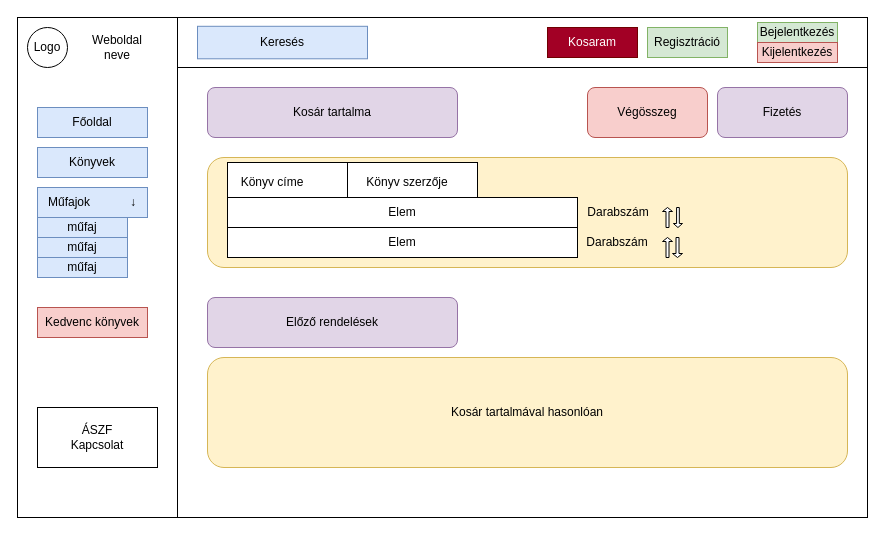
Before: Menu es kepernyotervek/kepernyotervek/konyvek.drawio in keresztpapa/adatBalapu, a draw.io diagram. Source tidied: cells renumbered, new cells numbered last; positions are measured from the earlier drawing's top-left corner, leaving out a move shared by most shapes. Both pictures are drawn from the tidied source at 100%, with x=0, y=0 at pixel (17, 17).
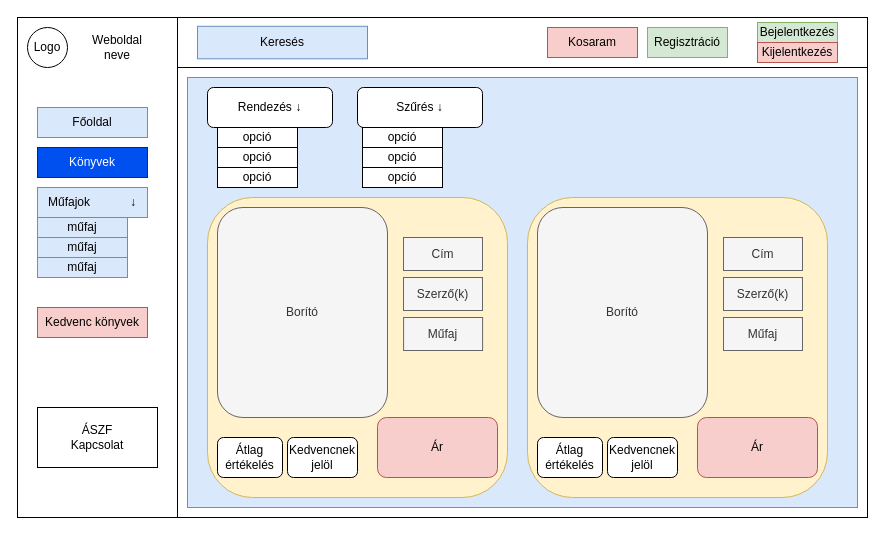
After the change.

Diff of the diagram source:
```diff
@@
-    <mxCell id="3" style="rounded=1;whiteSpace=wrap;html=1;fillColor=#fff2cc;strokeColor=#d6b656;" parent="1" vertex="1">
-      <mxGeometry x="190" y="140" width="640" height="110" as="geometry" />
-    </mxCell>
-    <mxCell id="4" style="rounded=0;whiteSpace=wrap;html=1;" parent="1" vertex="1">
-      <mxGeometry x="210" y="145" width="250" height="35" as="geometry" />
-    </mxCell>
+    <mxCell id="40" style="rounded=0;whiteSpace=wrap;html=1;fillColor=#dae8fc;strokeColor=#6c8ebf;" parent="1" vertex="1">
+      <mxGeometry x="170" y="60" width="670" height="430" as="geometry" />
+    </mxCell>
@@
-    <mxCell id="10" value="Könyvek" style="text;html=1;strokeColor=#6c8ebf;fillColor=#dae8fc;align=center;verticalAlign=middle;whiteSpace=wrap;rounded=0;" parent="1" vertex="1">
+    <mxCell id="10" value="Könyvek" style="text;html=1;strokeColor=#001DBC;fillColor=#0050ef;align=center;verticalAlign=middle;whiteSpace=wrap;rounded=0;fontColor=#ffffff;" parent="1" vertex="1">
       <mxGeometry x="20" y="130" width="110" height="30" as="geometry" />
     </mxCell>
@@
-    <mxCell id="18" value="Kosaram" style="rounded=0;whiteSpace=wrap;html=1;fillColor=#a20025;strokeColor=#6F0000;fontColor=#ffffff;" parent="1" vertex="1">
+    <mxCell id="18" value="Kosaram" style="rounded=0;whiteSpace=wrap;html=1;fillColor=#f8cecc;strokeColor=#b85450;" parent="1" vertex="1">
       <mxGeometry x="530" y="10" width="90" height="30" as="geometry" />
     </mxCell>
@@
-    <mxCell id="22" value="Előző rendelések" style="rounded=1;whiteSpace=wrap;html=1;fillColor=#e1d5e7;strokeColor=#9673a6;" parent="1" vertex="1">
-      <mxGeometry x="190" y="280" width="250" height="50" as="geometry" />
-    </mxCell>
-    <mxCell id="23" value="Kosár tartalma" style="rounded=1;whiteSpace=wrap;html=1;fillColor=#e1d5e7;strokeColor=#9673a6;" parent="1" vertex="1">
-      <mxGeometry x="190" y="70" width="250" height="50" as="geometry" />
-    </mxCell>
-    <mxCell id="24" value="Könyv címe" style="text;html=1;strokeColor=none;fillColor=none;align=center;verticalAlign=middle;whiteSpace=wrap;rounded=0;" parent="1" vertex="1">
-      <mxGeometry x="210" y="150" width="90" height="30" as="geometry" />
-    </mxCell>
-    <mxCell id="25" style="group;" parent="1" vertex="1">
-      <mxGeometry x="640" y="170" width="20" height="40" as="geometry" />
-    </mxCell>
-    <mxCell id="26" style="shape=singleArrow;direction=north;whiteSpace=wrap;html=1;" parent="25" vertex="1">
-      <mxGeometry x="5" y="20" width="10" height="20" as="geometry" />
-    </mxCell>
-    <mxCell id="27" style="rounded=0;whiteSpace=wrap;html=1;" parent="1" vertex="1">
-      <mxGeometry x="330" y="145" width="130" height="35" as="geometry" />
-    </mxCell>
-    <mxCell id="28" value="Könyv szerzője" style="text;html=1;strokeColor=none;fillColor=none;align=center;verticalAlign=middle;whiteSpace=wrap;rounded=0;" parent="1" vertex="1">
-      <mxGeometry x="340" y="150" width="100" height="30" as="geometry" />
-    </mxCell>
-    <mxCell id="29" value="&lt;br&gt;&lt;br&gt;Elem" style="rounded=0;whiteSpace=wrap;html=1;" parent="1" vertex="1">
-      <mxGeometry x="210" y="180" width="350" height="60" as="geometry" />
-    </mxCell>
-    <mxCell id="30" style="group;" parent="1" vertex="1">
-      <mxGeometry x="560" y="180" width="105" height="30" as="geometry" />
-    </mxCell>
-    <mxCell id="31" value="Darabszám" style="text;html=1;strokeColor=none;fillColor=none;align=center;verticalAlign=middle;whiteSpace=wrap;rounded=0;" parent="30" vertex="1">
-      <mxGeometry width="82.2" height="30" as="geometry" />
-    </mxCell>
-    <mxCell id="32" style="shape=singleArrow;direction=south;whiteSpace=wrap;html=1;" parent="30" vertex="1">
-      <mxGeometry x="95.9" y="10" width="9.1" height="20" as="geometry" />
-    </mxCell>
-    <mxCell id="33" value="Darabszám" style="text;html=1;strokeColor=none;fillColor=none;align=center;verticalAlign=middle;whiteSpace=wrap;rounded=0;" parent="1" vertex="1">
-      <mxGeometry x="550" y="210" width="100" height="30" as="geometry" />
-    </mxCell>
-    <mxCell id="34" style="shape=singleArrow;direction=south;whiteSpace=wrap;html=1;" parent="1" vertex="1">
-      <mxGeometry x="655" y="220" width="10" height="20" as="geometry" />
-    </mxCell>
-    <mxCell id="35" style="shape=singleArrow;direction=north;whiteSpace=wrap;html=1;" parent="1" vertex="1">
-      <mxGeometry x="645" y="220" width="10" height="20" as="geometry" />
-    </mxCell>
-    <mxCell id="36" value="Elem" style="rounded=0;whiteSpace=wrap;html=1;" parent="1" vertex="1">
-      <mxGeometry x="210" y="180" width="350" height="30" as="geometry" />
-    </mxCell>
-    <mxCell id="37" value="Kosár tartalmával hasonlóan" style="rounded=1;whiteSpace=wrap;html=1;fillColor=#fff2cc;strokeColor=#d6b656;" parent="1" vertex="1">
-      <mxGeometry x="190" y="340" width="640" height="110" as="geometry" />
-    </mxCell>
-    <mxCell id="38" value="Végösszeg" style="rounded=1;whiteSpace=wrap;html=1;fillColor=#f8cecc;strokeColor=#b85450;" parent="1" vertex="1">
-      <mxGeometry x="570" y="70" width="120" height="50" as="geometry" />
-    </mxCell>
-    <mxCell id="39" value="Fizetés" style="rounded=1;whiteSpace=wrap;html=1;fillColor=#e1d5e7;strokeColor=#9673a6;" parent="1" vertex="1">
-      <mxGeometry x="700" y="70" width="130" height="50" as="geometry" />
-    </mxCell>
+    <mxCell id="41" style="rounded=1;whiteSpace=wrap;html=1;fillColor=#fff2cc;strokeColor=#d6b656;" parent="1" vertex="1">
+      <mxGeometry x="190" y="180" width="300" height="300" as="geometry" />
+    </mxCell>
+    <mxCell id="42" value="Borító" style="rounded=1;whiteSpace=wrap;html=1;fillColor=#f5f5f5;fontColor=#333333;strokeColor=#666666;" parent="1" vertex="1">
+      <mxGeometry x="200" y="190" width="170" height="210" as="geometry" />
+    </mxCell>
+    <mxCell id="43" value="Cím" style="text;html=1;strokeColor=#666666;fillColor=#f5f5f5;align=center;verticalAlign=middle;whiteSpace=wrap;rounded=0;fontColor=#333333;" parent="1" vertex="1">
+      <mxGeometry x="386" y="220" width="79" height="33" as="geometry" />
+    </mxCell>
+    <mxCell id="44" value="Szerző(k)" style="text;html=1;strokeColor=#666666;fillColor=#f5f5f5;align=center;verticalAlign=middle;whiteSpace=wrap;rounded=0;fontColor=#333333;" parent="1" vertex="1">
+      <mxGeometry x="386" y="260" width="79" height="33" as="geometry" />
+    </mxCell>
+    <mxCell id="45" value="Rendezés ↓" style="rounded=1;whiteSpace=wrap;html=1;" parent="1" vertex="1">
+      <mxGeometry x="190" y="70" width="125" height="40" as="geometry" />
+    </mxCell>
+    <mxCell id="46" value="Szűrés ↓" style="rounded=1;whiteSpace=wrap;html=1;" parent="1" vertex="1">
+      <mxGeometry x="340" y="70" width="125" height="40" as="geometry" />
+    </mxCell>
+    <mxCell id="47" value="Átlag értékelés" style="rounded=1;whiteSpace=wrap;html=1;" parent="1" vertex="1">
+      <mxGeometry x="200" y="420" width="65" height="40" as="geometry" />
+    </mxCell>
+    <mxCell id="48" value="Kedvencnek jelöl" style="rounded=1;whiteSpace=wrap;html=1;" parent="1" vertex="1">
+      <mxGeometry x="270" y="420" width="70" height="40" as="geometry" />
+    </mxCell>
+    <mxCell id="49" value="Ár" style="rounded=1;whiteSpace=wrap;html=1;fillColor=#f8cecc;strokeColor=#b85450;" parent="1" vertex="1">
+      <mxGeometry x="360" y="400" width="120" height="60" as="geometry" />
+    </mxCell>
+    <mxCell id="50" value="Műfaj" style="text;html=1;strokeColor=#666666;fillColor=#f5f5f5;align=center;verticalAlign=middle;whiteSpace=wrap;rounded=0;fontColor=#333333;" parent="1" vertex="1">
+      <mxGeometry x="386.1" y="300" width="79" height="33" as="geometry" />
+    </mxCell>
+    <mxCell id="51" value="opció" style="rounded=0;whiteSpace=wrap;html=1;" parent="1" vertex="1">
+      <mxGeometry x="200" y="110" width="80" height="20" as="geometry" />
+    </mxCell>
+    <mxCell id="52" value="opció" style="rounded=0;whiteSpace=wrap;html=1;" parent="1" vertex="1">
+      <mxGeometry x="200" y="130" width="80" height="20" as="geometry" />
+    </mxCell>
+    <mxCell id="53" value="opció" style="rounded=0;whiteSpace=wrap;html=1;" parent="1" vertex="1">
+      <mxGeometry x="200" y="150" width="80" height="20" as="geometry" />
+    </mxCell>
+    <mxCell id="54" value="opció" style="rounded=0;whiteSpace=wrap;html=1;" parent="1" vertex="1">
+      <mxGeometry x="345" y="110" width="80" height="20" as="geometry" />
+    </mxCell>
+    <mxCell id="55" value="opció" style="rounded=0;whiteSpace=wrap;html=1;" parent="1" vertex="1">
+      <mxGeometry x="345" y="130" width="80" height="20" as="geometry" />
+    </mxCell>
+    <mxCell id="56" value="opció" style="rounded=0;whiteSpace=wrap;html=1;" parent="1" vertex="1">
+      <mxGeometry x="345" y="150" width="80" height="20" as="geometry" />
+    </mxCell>
+    <mxCell id="57" style="rounded=1;whiteSpace=wrap;html=1;fillColor=#fff2cc;strokeColor=#d6b656;" parent="1" vertex="1">
+      <mxGeometry x="510" y="180" width="300" height="300" as="geometry" />
+    </mxCell>
+    <mxCell id="58" value="Borító" style="rounded=1;whiteSpace=wrap;html=1;fillColor=#f5f5f5;fontColor=#333333;strokeColor=#666666;" parent="1" vertex="1">
+      <mxGeometry x="520" y="190" width="170" height="210" as="geometry" />
+    </mxCell>
+    <mxCell id="59" value="Cím" style="text;html=1;strokeColor=#666666;fillColor=#f5f5f5;align=center;verticalAlign=middle;whiteSpace=wrap;rounded=0;fontColor=#333333;" parent="1" vertex="1">
+      <mxGeometry x="706" y="220" width="79" height="33" as="geometry" />
+    </mxCell>
+    <mxCell id="60" value="Szerző(k)" style="text;html=1;strokeColor=#666666;fillColor=#f5f5f5;align=center;verticalAlign=middle;whiteSpace=wrap;rounded=0;fontColor=#333333;" parent="1" vertex="1">
+      <mxGeometry x="706" y="260" width="79" height="33" as="geometry" />
+    </mxCell>
+    <mxCell id="61" value="Átlag értékelés" style="rounded=1;whiteSpace=wrap;html=1;" parent="1" vertex="1">
+      <mxGeometry x="520" y="420" width="65" height="40" as="geometry" />
+    </mxCell>
+    <mxCell id="62" value="Kedvencnek jelöl" style="rounded=1;whiteSpace=wrap;html=1;" parent="1" vertex="1">
+      <mxGeometry x="590" y="420" width="70" height="40" as="geometry" />
+    </mxCell>
+    <mxCell id="63" value="Ár" style="rounded=1;whiteSpace=wrap;html=1;fillColor=#f8cecc;strokeColor=#b85450;" parent="1" vertex="1">
+      <mxGeometry x="680" y="400" width="120" height="60" as="geometry" />
+    </mxCell>
+    <mxCell id="64" value="Műfaj" style="text;html=1;strokeColor=#666666;fillColor=#f5f5f5;align=center;verticalAlign=middle;whiteSpace=wrap;rounded=0;fontColor=#333333;" parent="1" vertex="1">
+      <mxGeometry x="706" y="300" width="79" height="33" as="geometry" />
+    </mxCell>
```
